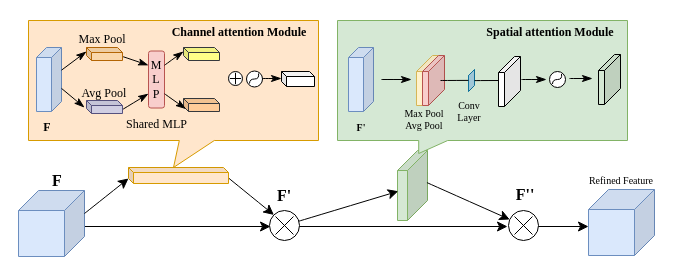
Before: DrawIO_file/流程图/CBAM注意力机制.drawio in DingDongZz/typera_PicGO, a draw.io diagram. Source tidied: cells renumbered, new cells numbered last; positions are measured from the earlier drawing's top-left corner, leaving out a move shared by most shapes. Both pictures are drawn from the tidied source at 100%, with x=0, y=0 at pixel (17, 17).
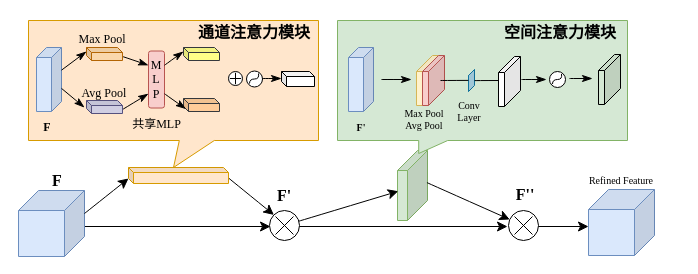
The same diagram, later.

Commit message (it also covers changes not shown here):
更新CBAM注意力机制.drawio

Change to the diagram source:
```diff
@@
-    <mxCell id="47" value="&lt;span style=&quot;font-weight: normal;&quot;&gt;&lt;font&gt;Shared MLP&lt;/font&gt;&lt;/span&gt;" style="text;strokeColor=none;fillColor=none;html=1;fontSize=12;fontStyle=1;verticalAlign=middle;align=center;fontFamily=Times New Roman;fontColor=default;labelBackgroundColor=none;" parent="1" vertex="1">
+    <mxCell id="47" value="&lt;span style=&quot;font-weight: normal;&quot;&gt;&lt;font&gt;共享MLP&lt;/font&gt;&lt;/span&gt;" style="text;strokeColor=none;fillColor=none;html=1;fontSize=12;fontStyle=1;verticalAlign=middle;align=center;fontFamily=Times New Roman;fontColor=default;labelBackgroundColor=none;" parent="1" vertex="1">
       <mxGeometry x="89" y="87" width="100" height="40" as="geometry" />
     </mxCell>
@@
-    <mxCell id="50" value="Channel attention Module" style="text;html=1;align=center;verticalAlign=middle;whiteSpace=wrap;rounded=0;fontFamily=Times New Roman;fontSize=12;fontColor=default;labelBackgroundColor=none;fontStyle=1;" parent="1" vertex="1">
-      <mxGeometry x="121" width="202" height="30" as="geometry" />
+    <mxCell id="50" value="通道注意力模块" style="text;html=1;align=center;verticalAlign=middle;whiteSpace=wrap;rounded=0;fontFamily=宋体;fontSize=16;fontColor=default;labelBackgroundColor=none;fontStyle=1;" parent="1" vertex="1">
+      <mxGeometry x="136" width="202" height="30" as="geometry" />
     </mxCell>
-    <mxCell id="51" value="Spatial attention Module" style="text;html=1;align=center;verticalAlign=middle;whiteSpace=wrap;rounded=0;fontFamily=Times New Roman;fontSize=12;fontColor=default;labelBackgroundColor=none;fontStyle=1;" parent="1" vertex="1">
-      <mxGeometry x="432" width="202" height="30" as="geometry" />
+    <mxCell id="51" value="空间注意力模块" style="text;html=1;align=center;verticalAlign=middle;whiteSpace=wrap;rounded=0;fontFamily=宋体;fontSize=16;fontColor=default;labelBackgroundColor=none;fontStyle=1;" parent="1" vertex="1">
+      <mxGeometry x="442" width="202" height="30" as="geometry" />
     </mxCell>
```
